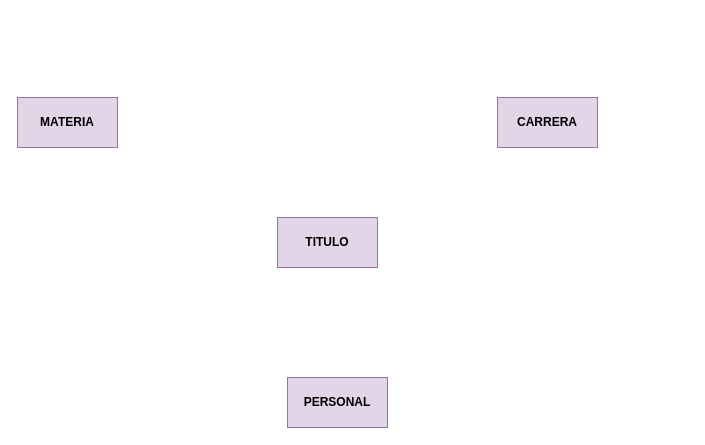
Before: Diagrama ER TBD Biblio.drawio in misiomishi/itcj, a draw.io diagram. Source tidied: cells renumbered, new cells numbered last; positions are measured from the earlier drawing's top-left corner, leaving out a move shared by most shapes. Both pictures are drawn from the tidied source at 100%, with x=0, y=0 at pixel (17, 97).
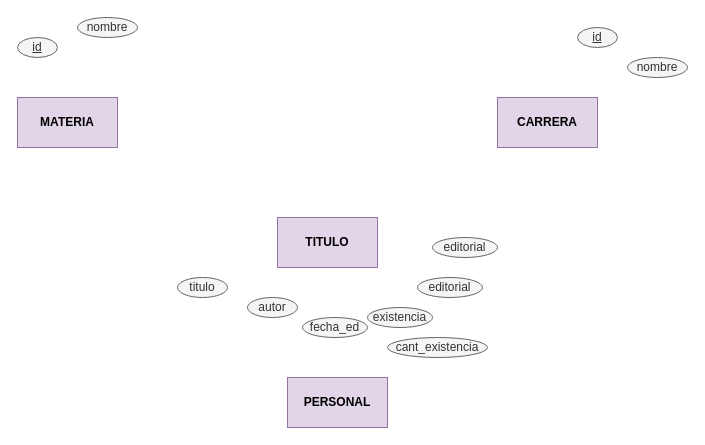
The same diagram, later.

What changed in the source:
```diff
@@
 <mxGraphModel>
   <root>
     <mxCell id="0" />
     <mxCell id="1" parent="0" />
     <mxCell id="2" value="TITULO" style="rounded=0;whiteSpace=wrap;html=1;fillColor=#e1d5e7;strokeColor=#9673a6;fontStyle=1;" parent="1" vertex="1">
       <mxGeometry x="260" y="120" width="100" height="50" as="geometry" />
     </mxCell>
     <mxCell id="3" value="PERSONAL" style="rounded=0;whiteSpace=wrap;html=1;fillColor=#e1d5e7;strokeColor=#9673a6;fontStyle=1;" parent="1" vertex="1">
       <mxGeometry x="270" y="280" width="100" height="50" as="geometry" />
     </mxCell>
     <mxCell id="4" value="CARRERA" style="rounded=0;whiteSpace=wrap;html=1;fillColor=#e1d5e7;strokeColor=#9673a6;fontStyle=1;" parent="1" vertex="1">
       <mxGeometry x="480" width="100" height="50" as="geometry" />
     </mxCell>
     <mxCell id="5" value="MATERIA" style="rounded=0;whiteSpace=wrap;html=1;fillColor=#e1d5e7;strokeColor=#9673a6;fontStyle=1;" parent="1" vertex="1">
       <mxGeometry width="100" height="50" as="geometry" />
     </mxCell>
+    <mxCell id="6" value="id" style="ellipse;whiteSpace=wrap;html=1;fillColor=#f5f5f5;strokeColor=#666666;fontColor=#333333;fontStyle=4;" parent="1" vertex="1">
+      <mxGeometry y="-60" width="40" height="20" as="geometry" />
+    </mxCell>
+    <mxCell id="7" value="nombre" style="ellipse;whiteSpace=wrap;html=1;fillColor=#f5f5f5;strokeColor=#666666;fontColor=#333333;" parent="1" vertex="1">
+      <mxGeometry x="60" y="-80" width="60" height="20" as="geometry" />
+    </mxCell>
+    <mxCell id="8" value="id" style="ellipse;whiteSpace=wrap;html=1;fillColor=#f5f5f5;strokeColor=#666666;fontColor=#333333;fontStyle=4;" parent="1" vertex="1">
+      <mxGeometry x="560" y="-70" width="40" height="20" as="geometry" />
+    </mxCell>
+    <mxCell id="9" value="nombre" style="ellipse;whiteSpace=wrap;html=1;fillColor=#f5f5f5;strokeColor=#666666;fontColor=#333333;" parent="1" vertex="1">
+      <mxGeometry x="610" y="-40" width="60" height="20" as="geometry" />
+    </mxCell>
+    <mxCell id="10" value="titulo" style="ellipse;whiteSpace=wrap;html=1;fillColor=#f5f5f5;strokeColor=#666666;fontColor=#333333;" parent="1" vertex="1">
+      <mxGeometry x="160" y="180" width="50" height="20" as="geometry" />
+    </mxCell>
+    <mxCell id="11" value="autor" style="ellipse;whiteSpace=wrap;html=1;fillColor=#f5f5f5;strokeColor=#666666;fontColor=#333333;" parent="1" vertex="1">
+      <mxGeometry x="230" y="200" width="50" height="20" as="geometry" />
+    </mxCell>
+    <mxCell id="12" value="fecha_ed" style="ellipse;whiteSpace=wrap;html=1;fillColor=#f5f5f5;strokeColor=#666666;fontColor=#333333;" parent="1" vertex="1">
+      <mxGeometry x="285" y="220" width="65" height="20" as="geometry" />
+    </mxCell>
+    <mxCell id="13" value="editorial" style="ellipse;whiteSpace=wrap;html=1;fillColor=#f5f5f5;strokeColor=#666666;fontColor=#333333;" parent="1" vertex="1">
+      <mxGeometry x="400" y="180" width="65" height="20" as="geometry" />
+    </mxCell>
+    <mxCell id="14" value="cant_existencia" style="ellipse;whiteSpace=wrap;html=1;fillColor=#f5f5f5;strokeColor=#666666;fontColor=#333333;" parent="1" vertex="1">
+      <mxGeometry x="370" y="240" width="100" height="20" as="geometry" />
+    </mxCell>
+    <mxCell id="15" value="existencia" style="ellipse;whiteSpace=wrap;html=1;fillColor=#f5f5f5;strokeColor=#666666;fontColor=#333333;" parent="1" vertex="1">
+      <mxGeometry x="350" y="210" width="65" height="20" as="geometry" />
+    </mxCell>
+    <mxCell id="16" value="editorial" style="ellipse;whiteSpace=wrap;html=1;fillColor=#f5f5f5;strokeColor=#666666;fontColor=#333333;" parent="1" vertex="1">
+      <mxGeometry x="415" y="140" width="65" height="20" as="geometry" />
+    </mxCell>
   </root>
 </mxGraphModel>
```
